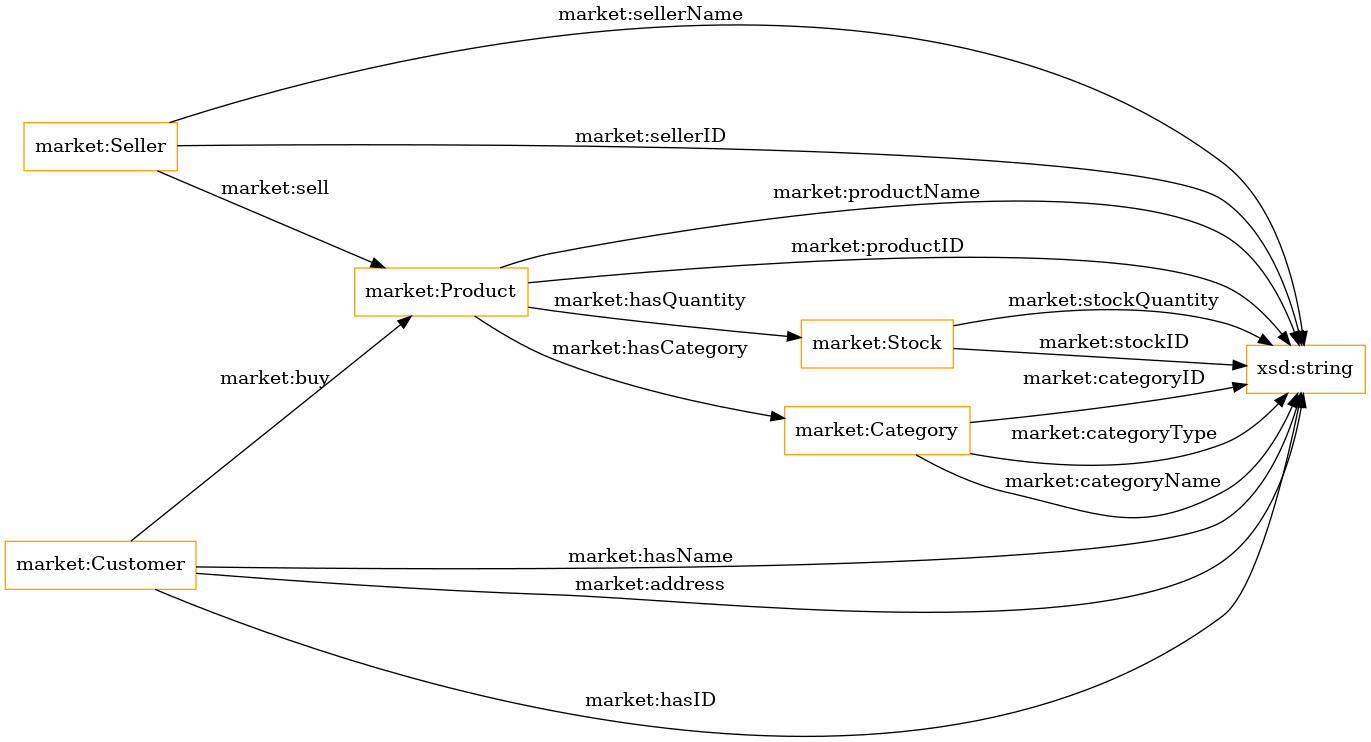
This is OnToology/ontology/market-place.ttl/diagrams/ar2dtool-class/market-place.ttl.png from oeg-upm/AURORAL-marketplace-ontology, a Graphviz export, as it was before one commit. Its source is kept beside it as OnToology/ontology/market-place.ttl/diagrams/ar2dtool-class/market-place.ttl.png.dot.
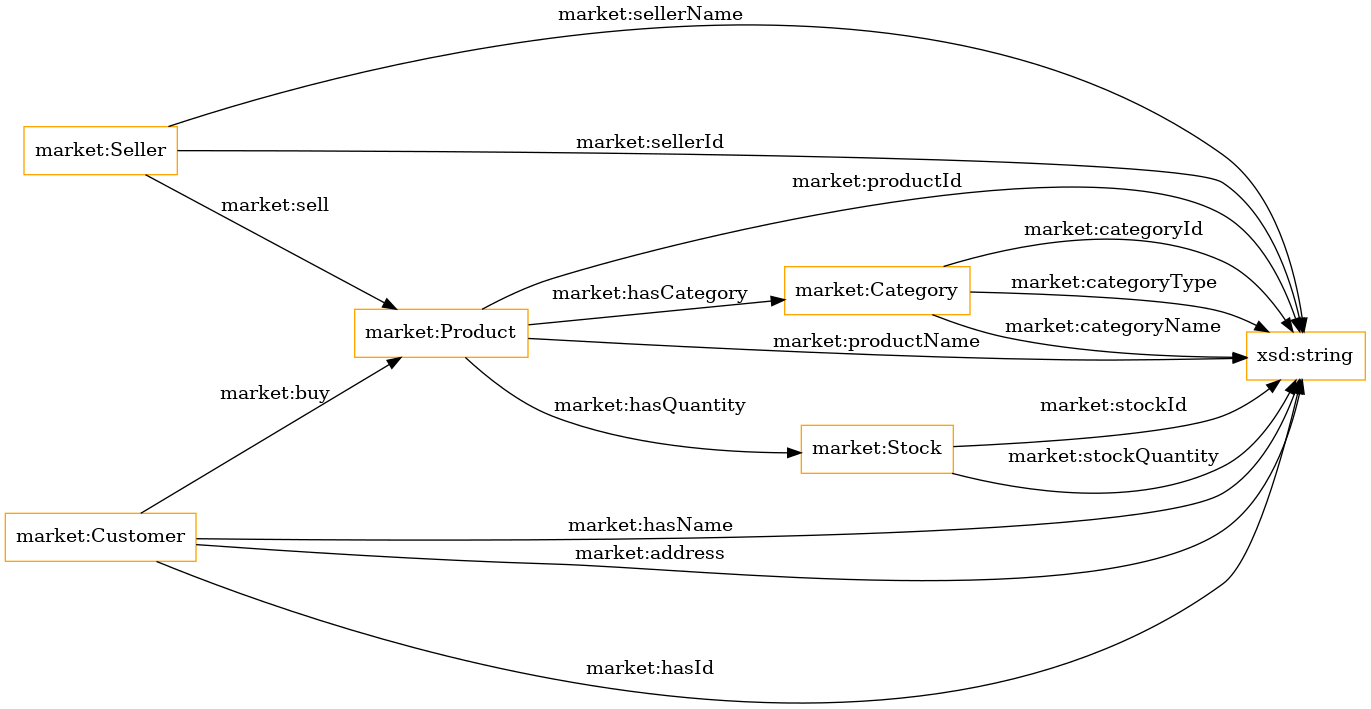
After the commit.

What changed in the source:
```diff
@@ -1,9 +1,9 @@
 digraph ar2dtool_diagram {
 rankdir=LR;
 size="1501"
-node [shape = rectangle, color="orange"]; "market:Category" "market:Product" "market:Seller" "market:Stock" "market:Customer" ; /*classes style*/
-	"market:Category" -> "xsd:string" [ label = "market:categoryID" ];
-	"market:Seller" -> "xsd:string" [ label = "market:sellerID" ];
+node [shape = rectangle, color="orange"]; "market:Stock" "market:Seller" "market:Product" "market:Customer" "market:Category" ; /*classes style*/
+	"market:Category" -> "xsd:string" [ label = "market:categoryId" ];
+	"market:Seller" -> "xsd:string" [ label = "market:sellerId" ];
 	"market:Category" -> "xsd:string" [ label = "market:categoryType" ];
 	"market:Seller" -> "xsd:string" [ label = "market:sellerName" ];
 	"market:Customer" -> "xsd:string" [ label = "market:hasName" ];
@@ -11,12 +11,12 @@
 	"market:Product" -> "market:Category" [ label = "market:hasCategory" ];
 	"market:Stock" -> "xsd:string" [ label = "market:stockQuantity" ];
 	"market:Product" -> "xsd:string" [ label = "market:productName" ];
+	"market:Product" -> "xsd:string" [ label = "market:productId" ];
 	"market:Customer" -> "market:Product" [ label = "market:buy" ];
-	"market:Product" -> "xsd:string" [ label = "market:productID" ];
 	"market:Product" -> "market:Stock" [ label = "market:hasQuantity" ];
 	"market:Seller" -> "market:Product" [ label = "market:sell" ];
-	"market:Stock" -> "xsd:string" [ label = "market:stockID" ];
+	"market:Stock" -> "xsd:string" [ label = "market:stockId" ];
 	"market:Category" -> "xsd:string" [ label = "market:categoryName" ];
-	"market:Customer" -> "xsd:string" [ label = "market:hasID" ];
+	"market:Customer" -> "xsd:string" [ label = "market:hasId" ];
 
 }
```
